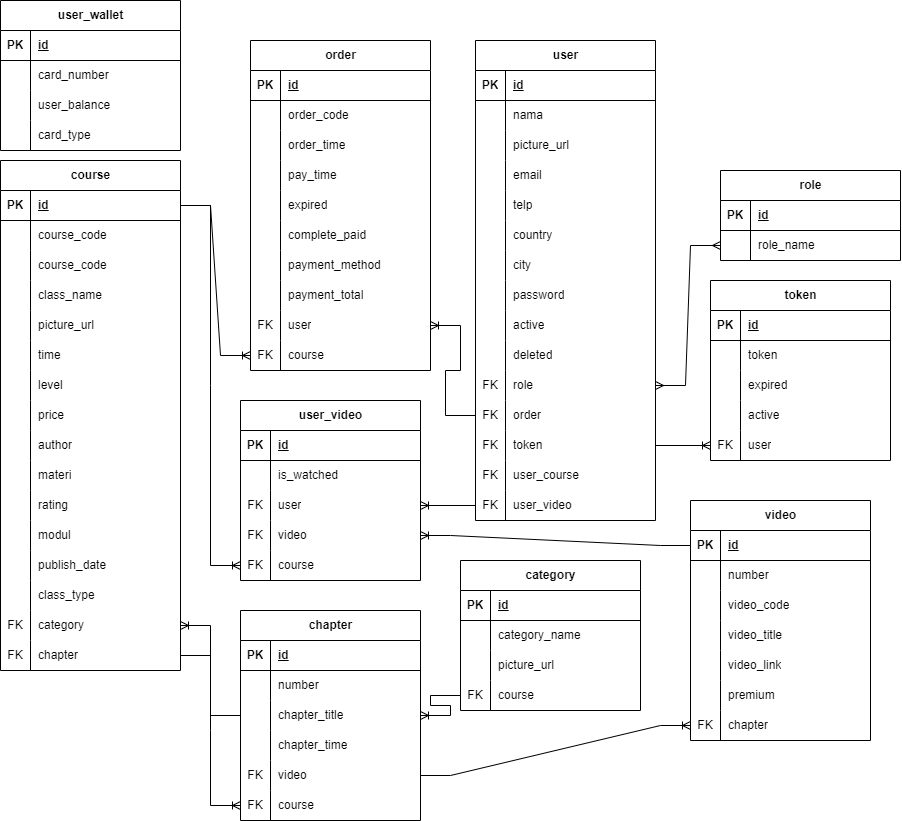
Above: src/main/java/com/binar/backendonlinecourseapp/erd.png in DemoNicky/backend-video-course (draw.io), before the change. Source tidied: cells renumbered, new cells last; positions are measured from the earlier drawing's top-left corner, leaving out a move shared by most shapes.
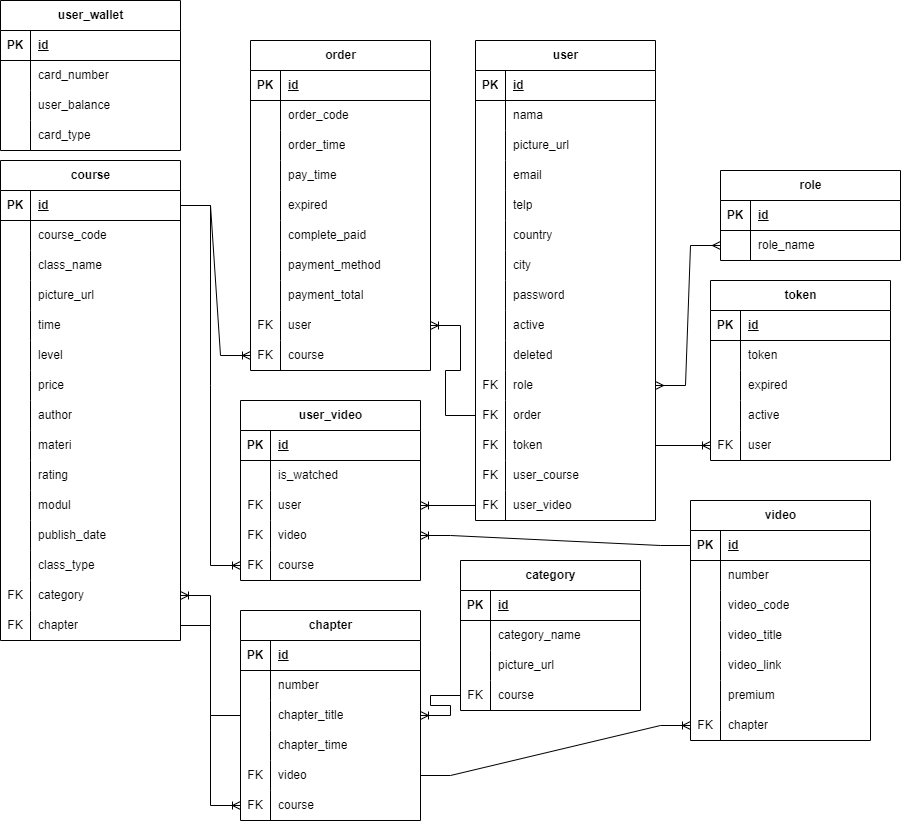
Later version of the same file.

The edit, as a diff of the source:
```diff
@@ -504,7 +504,7 @@
       <mxGeometry relative="1" as="geometry" />
     </mxCell>
     <mxCell id="169" value="course" style="shape=table;startSize=30;rowLines=0;fontStyle=1;align=center;html=1;" parent="1" vertex="1">
-      <mxGeometry y="160" width="180" height="510" as="geometry" />
+      <mxGeometry y="160" width="180" height="480" as="geometry" />
     </mxCell>
     <mxCell id="170" style="shape=tableRow;horizontal=0;startSize=0;swimlaneHead=0;swimlaneBody=0;fillColor=none;points=[[0,0.5],[1,0.5]];portConstraint=eastwest;top=0;left=0;right=0;bottom=1;" parent="169" vertex="1">
       <mxGeometry y="30" width="180" height="30" as="geometry" />
@@ -515,17 +515,8 @@
     <mxCell id="172" value="id" style="shape=partialRectangle;fillColor=none;top=0;left=0;bottom=0;right=0;align=left;spacingLeft=6;fontStyle=5;overflow=hidden;whiteSpace=wrap;html=1;" parent="170" vertex="1">
       <mxGeometry x="30" width="150" height="30" as="geometry" />
     </mxCell>
-    <mxCell id="173" style="shape=tableRow;horizontal=0;startSize=0;swimlaneHead=0;swimlaneBody=0;fillColor=none;top=0;left=0;right=0;bottom=0;" parent="169" vertex="1">
-      <mxGeometry y="60" width="180" height="30" as="geometry" />
-    </mxCell>
-    <mxCell id="174" style="shape=partialRectangle;fillColor=none;top=0;left=0;bottom=0;right=0;overflow=hidden;whiteSpace=wrap;html=1;" parent="173" vertex="1">
-      <mxGeometry width="30" height="30" as="geometry" />
-    </mxCell>
-    <mxCell id="175" value="course_code" style="shape=partialRectangle;fillColor=none;top=0;left=0;bottom=0;right=0;align=left;spacingLeft=6;overflow=hidden;whiteSpace=wrap;html=1;" parent="173" vertex="1">
-      <mxGeometry x="30" width="150" height="30" as="geometry" />
-    </mxCell>
     <mxCell id="176" style="shape=tableRow;horizontal=0;startSize=0;swimlaneHead=0;swimlaneBody=0;fillColor=none;top=0;left=0;right=0;bottom=0;" parent="169" vertex="1">
-      <mxGeometry y="90" width="180" height="30" as="geometry" />
+      <mxGeometry y="60" width="180" height="30" as="geometry" />
     </mxCell>
     <mxCell id="177" style="shape=partialRectangle;fillColor=none;top=0;left=0;bottom=0;right=0;overflow=hidden;whiteSpace=wrap;html=1;" parent="176" vertex="1">
       <mxGeometry width="30" height="30" as="geometry" />
@@ -534,7 +525,7 @@
       <mxGeometry x="30" width="150" height="30" as="geometry" />
     </mxCell>
     <mxCell id="179" style="shape=tableRow;horizontal=0;startSize=0;swimlaneHead=0;swimlaneBody=0;fillColor=none;top=0;left=0;right=0;bottom=0;" parent="169" vertex="1">
-      <mxGeometry y="120" width="180" height="30" as="geometry" />
+      <mxGeometry y="90" width="180" height="30" as="geometry" />
     </mxCell>
     <mxCell id="180" style="shape=partialRectangle;fillColor=none;top=0;left=0;bottom=0;right=0;overflow=hidden;whiteSpace=wrap;html=1;" parent="179" vertex="1">
       <mxGeometry width="30" height="30" as="geometry" />
@@ -543,7 +534,7 @@
       <mxGeometry x="30" width="150" height="30" as="geometry" />
     </mxCell>
     <mxCell id="182" style="shape=tableRow;horizontal=0;startSize=0;swimlaneHead=0;swimlaneBody=0;fillColor=none;top=0;left=0;right=0;bottom=0;" parent="169" vertex="1">
-      <mxGeometry y="150" width="180" height="30" as="geometry" />
+      <mxGeometry y="120" width="180" height="30" as="geometry" />
     </mxCell>
     <mxCell id="183" style="shape=partialRectangle;fillColor=none;top=0;left=0;bottom=0;right=0;overflow=hidden;whiteSpace=wrap;html=1;" parent="182" vertex="1">
       <mxGeometry width="30" height="30" as="geometry" />
@@ -552,7 +543,7 @@
       <mxGeometry x="30" width="150" height="30" as="geometry" />
     </mxCell>
     <mxCell id="185" style="shape=tableRow;horizontal=0;startSize=0;swimlaneHead=0;swimlaneBody=0;fillColor=none;top=0;left=0;right=0;bottom=0;" parent="169" vertex="1">
-      <mxGeometry y="180" width="180" height="30" as="geometry" />
+      <mxGeometry y="150" width="180" height="30" as="geometry" />
     </mxCell>
     <mxCell id="186" style="shape=partialRectangle;fillColor=none;top=0;left=0;bottom=0;right=0;overflow=hidden;whiteSpace=wrap;html=1;" parent="185" vertex="1">
       <mxGeometry width="30" height="30" as="geometry" />
@@ -561,7 +552,7 @@
       <mxGeometry x="30" width="150" height="30" as="geometry" />
     </mxCell>
     <mxCell id="188" style="shape=tableRow;horizontal=0;startSize=0;swimlaneHead=0;swimlaneBody=0;fillColor=none;top=0;left=0;right=0;bottom=0;" parent="169" vertex="1">
-      <mxGeometry y="210" width="180" height="30" as="geometry" />
+      <mxGeometry y="180" width="180" height="30" as="geometry" />
     </mxCell>
     <mxCell id="189" style="shape=partialRectangle;fillColor=none;top=0;left=0;bottom=0;right=0;overflow=hidden;whiteSpace=wrap;html=1;" parent="188" vertex="1">
       <mxGeometry width="30" height="30" as="geometry" />
@@ -570,7 +561,7 @@
       <mxGeometry x="30" width="150" height="30" as="geometry" />
     </mxCell>
     <mxCell id="191" style="shape=tableRow;horizontal=0;startSize=0;swimlaneHead=0;swimlaneBody=0;fillColor=none;top=0;left=0;right=0;bottom=0;" parent="169" vertex="1">
-      <mxGeometry y="240" width="180" height="30" as="geometry" />
+      <mxGeometry y="210" width="180" height="30" as="geometry" />
     </mxCell>
     <mxCell id="192" style="shape=partialRectangle;fillColor=none;top=0;left=0;bottom=0;right=0;overflow=hidden;whiteSpace=wrap;html=1;" parent="191" vertex="1">
       <mxGeometry width="30" height="30" as="geometry" />
@@ -579,7 +570,7 @@
       <mxGeometry x="30" width="150" height="30" as="geometry" />
     </mxCell>
     <mxCell id="194" style="shape=tableRow;horizontal=0;startSize=0;swimlaneHead=0;swimlaneBody=0;fillColor=none;top=0;left=0;right=0;bottom=0;" parent="169" vertex="1">
-      <mxGeometry y="270" width="180" height="30" as="geometry" />
+      <mxGeometry y="240" width="180" height="30" as="geometry" />
     </mxCell>
     <mxCell id="195" style="shape=partialRectangle;fillColor=none;top=0;left=0;bottom=0;right=0;overflow=hidden;whiteSpace=wrap;html=1;" parent="194" vertex="1">
       <mxGeometry width="30" height="30" as="geometry" />
@@ -588,7 +579,7 @@
       <mxGeometry x="30" width="150" height="30" as="geometry" />
     </mxCell>
     <mxCell id="197" style="shape=tableRow;horizontal=0;startSize=0;swimlaneHead=0;swimlaneBody=0;fillColor=none;top=0;left=0;right=0;bottom=0;" parent="169" vertex="1">
-      <mxGeometry y="300" width="180" height="30" as="geometry" />
+      <mxGeometry y="270" width="180" height="30" as="geometry" />
     </mxCell>
     <mxCell id="198" style="shape=partialRectangle;fillColor=none;top=0;left=0;bottom=0;right=0;overflow=hidden;whiteSpace=wrap;html=1;" parent="197" vertex="1">
       <mxGeometry width="30" height="30" as="geometry" />
@@ -597,7 +588,7 @@
       <mxGeometry x="30" width="150" height="30" as="geometry" />
     </mxCell>
     <mxCell id="200" style="shape=tableRow;horizontal=0;startSize=0;swimlaneHead=0;swimlaneBody=0;fillColor=none;top=0;left=0;right=0;bottom=0;" parent="169" vertex="1">
-      <mxGeometry y="330" width="180" height="30" as="geometry" />
+      <mxGeometry y="300" width="180" height="30" as="geometry" />
     </mxCell>
     <mxCell id="201" style="shape=partialRectangle;fillColor=none;top=0;left=0;bottom=0;right=0;overflow=hidden;whiteSpace=wrap;html=1;" parent="200" vertex="1">
       <mxGeometry width="30" height="30" as="geometry" />
@@ -606,7 +597,7 @@
       <mxGeometry x="30" width="150" height="30" as="geometry" />
     </mxCell>
     <mxCell id="203" style="shape=tableRow;horizontal=0;startSize=0;swimlaneHead=0;swimlaneBody=0;fillColor=none;top=0;left=0;right=0;bottom=0;" parent="169" vertex="1">
-      <mxGeometry y="360" width="180" height="30" as="geometry" />
+      <mxGeometry y="330" width="180" height="30" as="geometry" />
     </mxCell>
     <mxCell id="204" style="shape=partialRectangle;fillColor=none;top=0;left=0;bottom=0;right=0;overflow=hidden;whiteSpace=wrap;html=1;" parent="203" vertex="1">
       <mxGeometry width="30" height="30" as="geometry" />
@@ -615,7 +606,7 @@
       <mxGeometry x="30" width="150" height="30" as="geometry" />
     </mxCell>
     <mxCell id="206" style="shape=tableRow;horizontal=0;startSize=0;swimlaneHead=0;swimlaneBody=0;fillColor=none;top=0;left=0;right=0;bottom=0;" parent="169" vertex="1">
-      <mxGeometry y="390" width="180" height="30" as="geometry" />
+      <mxGeometry y="360" width="180" height="30" as="geometry" />
     </mxCell>
     <mxCell id="207" style="shape=partialRectangle;fillColor=none;top=0;left=0;bottom=0;right=0;overflow=hidden;whiteSpace=wrap;html=1;" parent="206" vertex="1">
       <mxGeometry width="30" height="30" as="geometry" />
@@ -624,7 +615,7 @@
       <mxGeometry x="30" width="150" height="30" as="geometry" />
     </mxCell>
     <mxCell id="209" style="shape=tableRow;horizontal=0;startSize=0;swimlaneHead=0;swimlaneBody=0;fillColor=none;top=0;left=0;right=0;bottom=0;" parent="169" vertex="1">
-      <mxGeometry y="420" width="180" height="30" as="geometry" />
+      <mxGeometry y="390" width="180" height="30" as="geometry" />
     </mxCell>
     <mxCell id="210" style="shape=partialRectangle;fillColor=none;top=0;left=0;bottom=0;right=0;overflow=hidden;whiteSpace=wrap;html=1;" parent="209" vertex="1">
       <mxGeometry width="30" height="30" as="geometry" />
@@ -633,7 +624,7 @@
       <mxGeometry x="30" width="150" height="30" as="geometry" />
     </mxCell>
     <mxCell id="212" style="shape=tableRow;horizontal=0;startSize=0;swimlaneHead=0;swimlaneBody=0;fillColor=none;points=[[0,0.5],[1,0.5]];portConstraint=eastwest;top=0;left=0;right=0;bottom=0;" parent="169" vertex="1">
-      <mxGeometry y="450" width="180" height="30" as="geometry" />
+      <mxGeometry y="420" width="180" height="30" as="geometry" />
     </mxCell>
     <mxCell id="213" value="FK" style="shape=partialRectangle;fillColor=none;top=0;left=0;bottom=0;right=0;overflow=hidden;whiteSpace=wrap;html=1;" parent="212" vertex="1">
       <mxGeometry width="30" height="30" as="geometry" />
@@ -642,7 +633,7 @@
       <mxGeometry x="30" width="150" height="30" as="geometry" />
     </mxCell>
     <mxCell id="215" style="shape=tableRow;horizontal=0;startSize=0;swimlaneHead=0;swimlaneBody=0;fillColor=none;points=[[0,0.5],[1,0.5]];portConstraint=eastwest;top=0;left=0;right=0;bottom=0;" parent="169" vertex="1">
-      <mxGeometry y="480" width="180" height="30" as="geometry" />
+      <mxGeometry y="450" width="180" height="30" as="geometry" />
     </mxCell>
     <mxCell id="216" value="FK" style="shape=partialRectangle;fillColor=none;top=0;left=0;bottom=0;right=0;overflow=hidden;whiteSpace=wrap;html=1;" parent="215" vertex="1">
       <mxGeometry width="30" height="30" as="geometry" />
```
